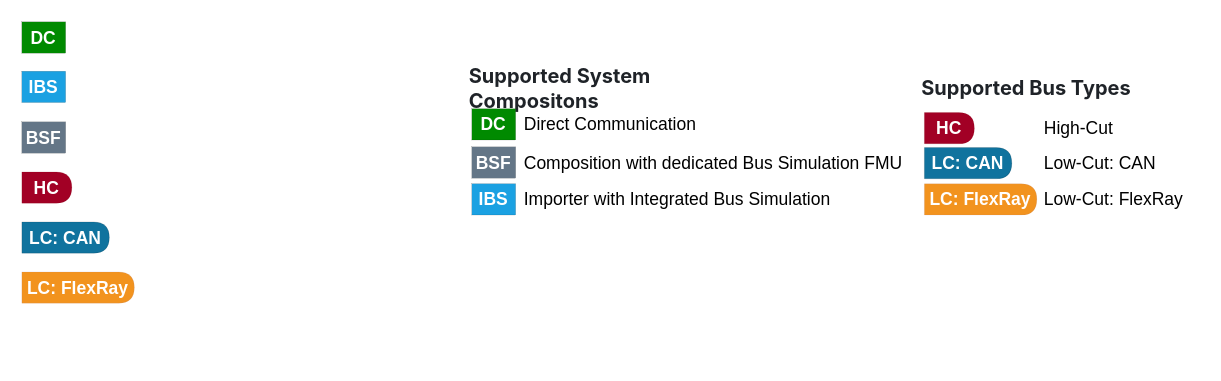
modelica/fmi-ls-bus keeps this draw.io diagram as landingpage/graphics.drawio. Above is the earlier version. Source tidied: cells renumbered, new cells numbered last; positions are measured from the earlier drawing's top-left corner, leaving out a move shared by most shapes. Both pictures are drawn from the tidied source at 125%, with x=0, y=0 at pixel (21, 21).
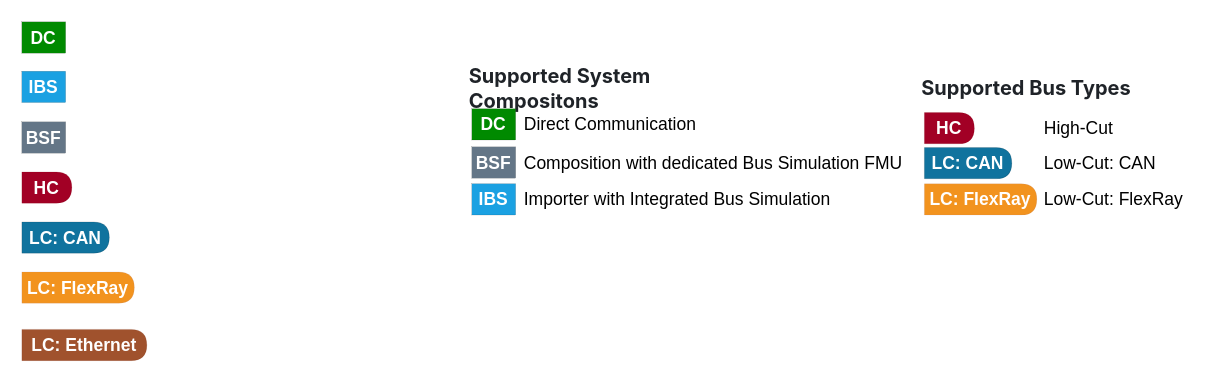
After the change.

Commit message (it also covers changes not shown here):
Add FMI--LS-BUS: Ethernet option to "Tooling list" of landing page

What changed in the source:
```diff
@@
+    <mxCell id="22" value="LC: Ethernet" style="shape=delay;whiteSpace=wrap;html=1;fontStyle=1;fontSize=14;strokeWidth=0;fillColor=#a0522d;strokeColor=#6D1F00;fontColor=#ffffff;" parent="1" vertex="1">
+      <mxGeometry y="246" width="100" height="25" as="geometry" />
+    </mxCell>
```
